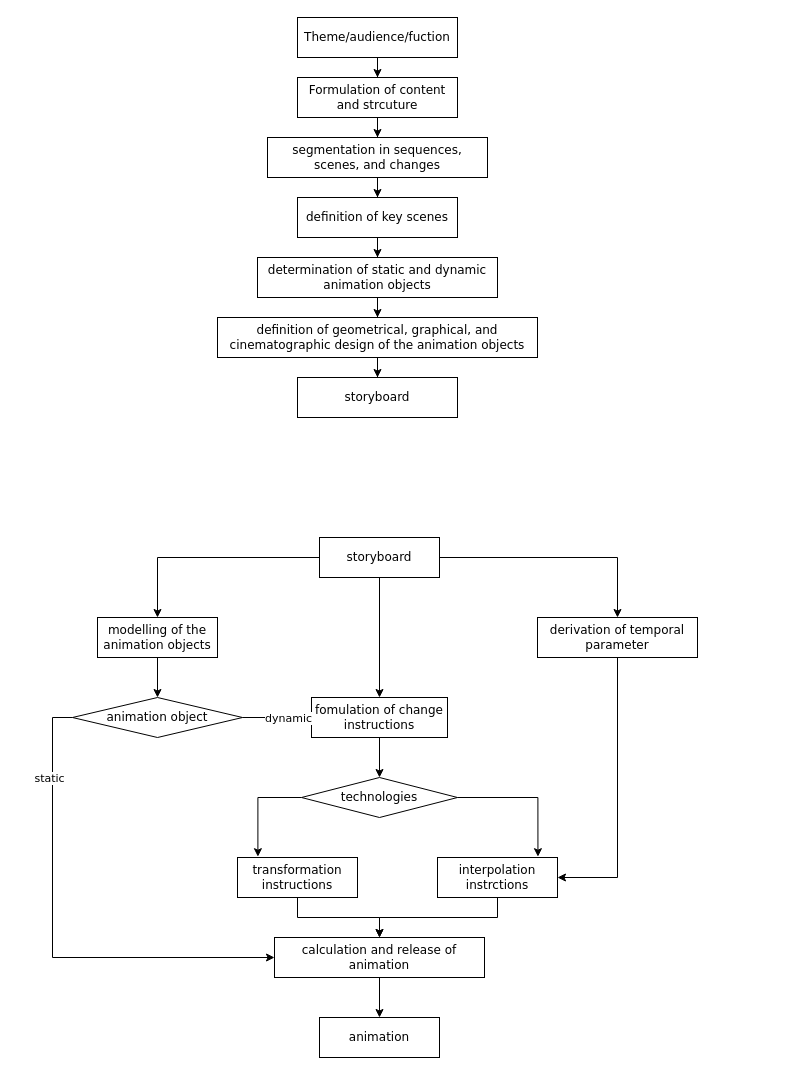
This is Thematic cartography/cartography.drawio from msqiu/Geomatics-Engineering, a draw.io file, before an edit. Source tidied: cells renumbered, new cells numbered last; positions are measured from the earlier drawing's top-left corner, leaving out a move shared by most shapes. Both pictures are drawn from the tidied source at 100%, with x=0, y=0 at pixel (72, 17).
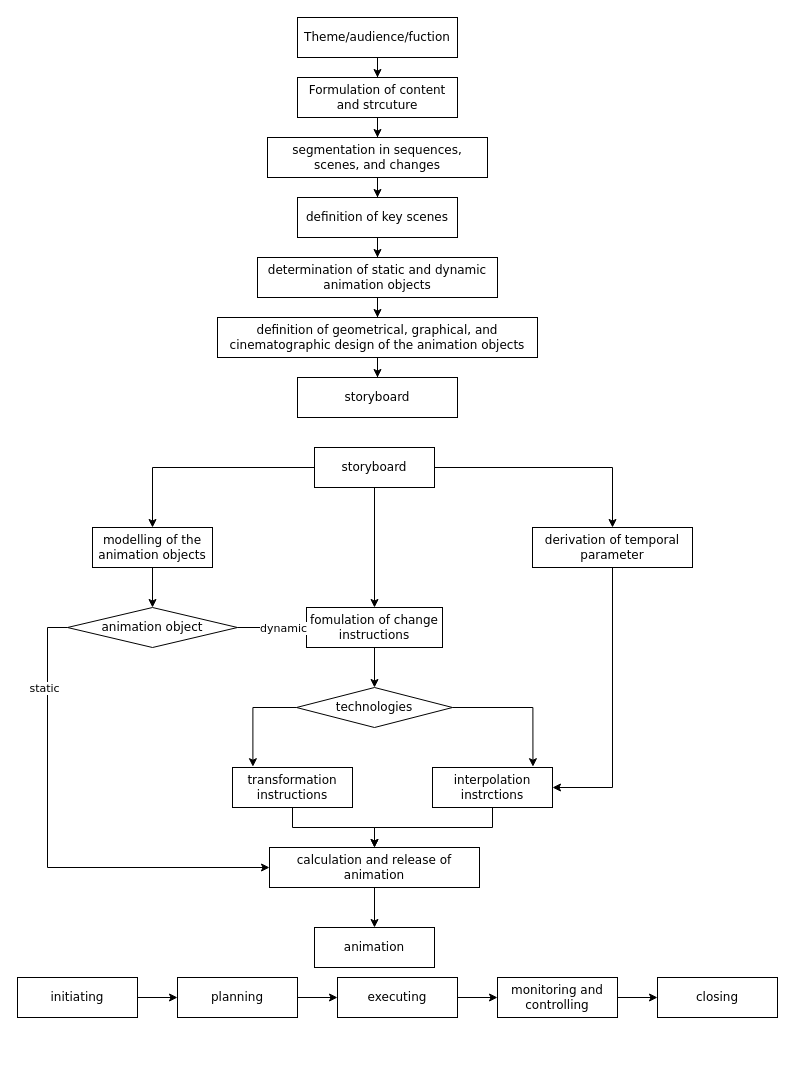
The same page after the edit.

The edit, as a diff of the source:
```diff
@@
+    <mxCell id="42" style="group;" parent="1" vertex="1">
+      <mxGeometry x="-5" y="430" width="625" height="520" as="geometry" />
+    </mxCell>
+    <mxCell id="19" value="storyboard" style="rounded=0;whiteSpace=wrap;html=1;fontFamily=Verdana;" parent="42" vertex="1">
+      <mxGeometry x="247" width="120" height="40" as="geometry" />
+    </mxCell>
+    <mxCell id="21" value="modelling of the animation objects" style="rounded=0;whiteSpace=wrap;html=1;fontFamily=Verdana;" parent="42" vertex="1">
+      <mxGeometry x="25" y="80" width="120" height="40" as="geometry" />
+    </mxCell>
-    <mxCell id="16" style="edgeStyle=orthogonalEdgeStyle;rounded=0;jettySize=auto;html=1;exitX=0;exitY=0.5;exitDx=0;exitDy=0;entryX=0.5;entryY=0;entryDx=0;entryDy=0;fontFamily=Verdana;" parent="1" edge="1" source="19" target="21">
+    <mxCell id="16" style="edgeStyle=orthogonalEdgeStyle;rounded=0;jettySize=auto;html=1;exitX=0;exitY=0.5;exitDx=0;exitDy=0;entryX=0.5;entryY=0;entryDx=0;entryDy=0;fontFamily=Verdana;" parent="42" edge="1" source="19" target="21">
       <mxGeometry relative="1" as="geometry" />
     </mxCell>
+    <mxCell id="23" value="derivation of temporal parameter" style="rounded=0;whiteSpace=wrap;html=1;fontFamily=Verdana;" parent="42" vertex="1">
+      <mxGeometry x="465" y="80" width="160" height="40" as="geometry" />
+    </mxCell>
-    <mxCell id="17" style="edgeStyle=orthogonalEdgeStyle;rounded=0;jettySize=auto;html=1;exitX=1;exitY=0.5;exitDx=0;exitDy=0;entryX=0.5;entryY=0;entryDx=0;entryDy=0;fontFamily=Verdana;" parent="1" edge="1" source="19" target="23">
+    <mxCell id="17" style="edgeStyle=orthogonalEdgeStyle;rounded=0;jettySize=auto;html=1;exitX=1;exitY=0.5;exitDx=0;exitDy=0;entryX=0.5;entryY=0;entryDx=0;entryDy=0;fontFamily=Verdana;" parent="42" edge="1" source="19" target="23">
       <mxGeometry relative="1" as="geometry" />
     </mxCell>
+    <mxCell id="25" value="fomulation of change instructions" style="rounded=0;whiteSpace=wrap;html=1;fontFamily=Verdana;" parent="42" vertex="1">
+      <mxGeometry x="239" y="160" width="136" height="40" as="geometry" />
+    </mxCell>
-    <mxCell id="18" style="edgeStyle=orthogonalEdgeStyle;rounded=0;jettySize=auto;html=1;entryX=0.5;entryY=0;entryDx=0;entryDy=0;fontFamily=Verdana;" parent="1" edge="1" source="19" target="25">
+    <mxCell id="18" style="edgeStyle=orthogonalEdgeStyle;rounded=0;jettySize=auto;html=1;entryX=0.5;entryY=0;entryDx=0;entryDy=0;fontFamily=Verdana;" parent="42" edge="1" source="19" target="25">
       <mxGeometry relative="1" as="geometry" />
     </mxCell>
-    <mxCell id="19" value="storyboard" style="rounded=0;whiteSpace=wrap;html=1;fontFamily=Verdana;" parent="1" vertex="1">
-      <mxGeometry x="247" y="520" width="120" height="40" as="geometry" />
-    </mxCell>
-    <mxCell id="20" style="edgeStyle=orthogonalEdgeStyle;rounded=0;jettySize=auto;html=1;exitX=0.5;exitY=1;exitDx=0;exitDy=0;entryX=0.5;entryY=0;entryDx=0;entryDy=0;fontFamily=Verdana;" parent="1" edge="1" source="21" target="30">
-      <mxGeometry relative="1" as="geometry" />
-    </mxCell>
-    <mxCell id="21" value="modelling of the animation objects" style="rounded=0;whiteSpace=wrap;html=1;fontFamily=Verdana;" parent="1" vertex="1">
-      <mxGeometry x="25" y="600" width="120" height="40" as="geometry" />
-    </mxCell>
-    <mxCell id="22" style="edgeStyle=orthogonalEdgeStyle;rounded=0;jettySize=auto;html=1;entryX=1;entryY=0.5;entryDx=0;entryDy=0;fontFamily=Verdana;" parent="1" edge="1" source="23" target="37">
-      <mxGeometry relative="1" as="geometry" />
-    </mxCell>
-    <mxCell id="23" value="derivation of temporal parameter" style="rounded=0;whiteSpace=wrap;html=1;fontFamily=Verdana;" parent="1" vertex="1">
-      <mxGeometry x="465" y="600" width="160" height="40" as="geometry" />
-    </mxCell>
-    <mxCell id="24" style="edgeStyle=orthogonalEdgeStyle;rounded=0;jettySize=auto;html=1;exitX=0.5;exitY=1;exitDx=0;exitDy=0;entryX=0.5;entryY=0;entryDx=0;entryDy=0;fontFamily=Verdana;" parent="1" edge="1" source="25" target="33">
-      <mxGeometry relative="1" as="geometry" />
-    </mxCell>
-    <mxCell id="25" value="fomulation of change instructions" style="rounded=0;whiteSpace=wrap;html=1;fontFamily=Verdana;" parent="1" vertex="1">
-      <mxGeometry x="239" y="680" width="136" height="40" as="geometry" />
-    </mxCell>
-    <mxCell id="26" style="edgeStyle=orthogonalEdgeStyle;rounded=0;jettySize=auto;html=1;exitX=0;exitY=0.5;exitDx=0;exitDy=0;entryX=0;entryY=0.5;entryDx=0;entryDy=0;fontFamily=Verdana;" parent="1" edge="1" source="30" target="39">
-      <mxGeometry relative="1" as="geometry" />
-    </mxCell>
-    <mxCell id="27" value="static" style="edgeLabel;html=1;align=center;verticalAlign=middle;fontFamily=Verdana;" parent="26" vertex="1">
-      <mxGeometry x="-0.67" y="-4" relative="1" as="geometry" />
-    </mxCell>
-    <mxCell id="28" style="edgeStyle=orthogonalEdgeStyle;rounded=0;jettySize=auto;html=1;fontFamily=Verdana;entryX=0;entryY=0.5;entryDx=0;entryDy=0;" parent="1" edge="1" source="30" target="25">
+    <mxCell id="28" style="edgeStyle=orthogonalEdgeStyle;rounded=0;jettySize=auto;html=1;fontFamily=Verdana;entryX=0;entryY=0.5;entryDx=0;entryDy=0;" parent="42" edge="1" source="30" target="25">
       <mxGeometry relative="1" as="geometry" />
     </mxCell>
@@
-    <mxCell id="30" value="animation object" style="rhombus;whiteSpace=wrap;html=1;fontFamily=Verdana;" parent="1" vertex="1">
-      <mxGeometry y="680" width="170" height="40" as="geometry" />
+    <mxCell id="30" value="animation object" style="rhombus;whiteSpace=wrap;html=1;fontFamily=Verdana;" parent="42" vertex="1">
+      <mxGeometry y="160" width="170" height="40" as="geometry" />
     </mxCell>
+    <mxCell id="20" style="edgeStyle=orthogonalEdgeStyle;rounded=0;jettySize=auto;html=1;exitX=0.5;exitY=1;exitDx=0;exitDy=0;entryX=0.5;entryY=0;entryDx=0;entryDy=0;fontFamily=Verdana;" parent="42" edge="1" source="21" target="30">
+      <mxGeometry relative="1" as="geometry" />
+    </mxCell>
+    <mxCell id="33" value="technologies" style="rhombus;whiteSpace=wrap;html=1;fontFamily=Verdana;" parent="42" vertex="1">
+      <mxGeometry x="229" y="240" width="156" height="40" as="geometry" />
+    </mxCell>
+    <mxCell id="24" style="edgeStyle=orthogonalEdgeStyle;rounded=0;jettySize=auto;html=1;exitX=0.5;exitY=1;exitDx=0;exitDy=0;entryX=0.5;entryY=0;entryDx=0;entryDy=0;fontFamily=Verdana;" parent="42" edge="1" source="25" target="33">
+      <mxGeometry relative="1" as="geometry" />
+    </mxCell>
+    <mxCell id="35" value="transformation instructions" style="rounded=0;whiteSpace=wrap;html=1;fontFamily=Verdana;" parent="42" vertex="1">
+      <mxGeometry x="165" y="320" width="120" height="40" as="geometry" />
+    </mxCell>
-    <mxCell id="31" style="edgeStyle=orthogonalEdgeStyle;rounded=0;jettySize=auto;html=1;exitX=0;exitY=0.5;exitDx=0;exitDy=0;entryX=0.17;entryY=-0.02;entryDx=0;entryDy=0;entryPerimeter=0;fontFamily=Verdana;" parent="1" edge="1" source="33" target="35">
+    <mxCell id="31" style="edgeStyle=orthogonalEdgeStyle;rounded=0;jettySize=auto;html=1;exitX=0;exitY=0.5;exitDx=0;exitDy=0;entryX=0.17;entryY=-0.02;entryDx=0;entryDy=0;entryPerimeter=0;fontFamily=Verdana;" parent="42" edge="1" source="33" target="35">
       <mxGeometry relative="1" as="geometry" />
     </mxCell>
+    <mxCell id="37" value="interpolation instrctions" style="rounded=0;whiteSpace=wrap;html=1;fontFamily=Verdana;" parent="42" vertex="1">
+      <mxGeometry x="365" y="320" width="120" height="40" as="geometry" />
+    </mxCell>
+    <mxCell id="22" style="edgeStyle=orthogonalEdgeStyle;rounded=0;jettySize=auto;html=1;entryX=1;entryY=0.5;entryDx=0;entryDy=0;fontFamily=Verdana;" parent="42" edge="1" source="23" target="37">
+      <mxGeometry relative="1" as="geometry" />
+    </mxCell>
-    <mxCell id="32" style="edgeStyle=orthogonalEdgeStyle;rounded=0;jettySize=auto;html=1;exitX=1;exitY=0.5;exitDx=0;exitDy=0;entryX=0.837;entryY=-0.02;entryDx=0;entryDy=0;entryPerimeter=0;fontFamily=Verdana;" parent="1" edge="1" source="33" target="37">
+    <mxCell id="32" style="edgeStyle=orthogonalEdgeStyle;rounded=0;jettySize=auto;html=1;exitX=1;exitY=0.5;exitDx=0;exitDy=0;entryX=0.837;entryY=-0.02;entryDx=0;entryDy=0;entryPerimeter=0;fontFamily=Verdana;" parent="42" edge="1" source="33" target="37">
       <mxGeometry relative="1" as="geometry" />
     </mxCell>
-    <mxCell id="33" value="technologies" style="rhombus;whiteSpace=wrap;html=1;fontFamily=Verdana;" parent="1" vertex="1">
-      <mxGeometry x="229" y="760" width="156" height="40" as="geometry" />
-    </mxCell>
+    <mxCell id="39" value="calculation and release of animation" style="rounded=0;whiteSpace=wrap;html=1;fontFamily=Verdana;" parent="42" vertex="1">
+      <mxGeometry x="202" y="400" width="210" height="40" as="geometry" />
+    </mxCell>
+    <mxCell id="26" style="edgeStyle=orthogonalEdgeStyle;rounded=0;jettySize=auto;html=1;exitX=0;exitY=0.5;exitDx=0;exitDy=0;entryX=0;entryY=0.5;entryDx=0;entryDy=0;fontFamily=Verdana;" parent="42" edge="1" source="30" target="39">
+      <mxGeometry relative="1" as="geometry" />
+    </mxCell>
+    <mxCell id="27" value="static" style="edgeLabel;html=1;align=center;verticalAlign=middle;fontFamily=Verdana;" parent="26" vertex="1">
+      <mxGeometry x="-0.67" y="-4" relative="1" as="geometry" />
+    </mxCell>
-    <mxCell id="34" style="edgeStyle=orthogonalEdgeStyle;rounded=0;jettySize=auto;html=1;exitX=0.5;exitY=1;exitDx=0;exitDy=0;entryX=0.5;entryY=0;entryDx=0;entryDy=0;fontFamily=Verdana;" parent="1" edge="1" source="35" target="39">
+    <mxCell id="34" style="edgeStyle=orthogonalEdgeStyle;rounded=0;jettySize=auto;html=1;exitX=0.5;exitY=1;exitDx=0;exitDy=0;entryX=0.5;entryY=0;entryDx=0;entryDy=0;fontFamily=Verdana;" parent="42" edge="1" source="35" target="39">
       <mxGeometry relative="1" as="geometry" />
     </mxCell>
-    <mxCell id="35" value="transformation instructions" style="rounded=0;whiteSpace=wrap;html=1;fontFamily=Verdana;" parent="1" vertex="1">
-      <mxGeometry x="165" y="840" width="120" height="40" as="geometry" />
-    </mxCell>
-    <mxCell id="36" style="edgeStyle=orthogonalEdgeStyle;rounded=0;jettySize=auto;html=1;exitX=0.5;exitY=1;exitDx=0;exitDy=0;entryX=0.5;entryY=0;entryDx=0;entryDy=0;fontFamily=Verdana;" parent="1" edge="1" source="37" target="39">
+    <mxCell id="36" style="edgeStyle=orthogonalEdgeStyle;rounded=0;jettySize=auto;html=1;exitX=0.5;exitY=1;exitDx=0;exitDy=0;entryX=0.5;entryY=0;entryDx=0;entryDy=0;fontFamily=Verdana;" parent="42" edge="1" source="37" target="39">
       <mxGeometry relative="1" as="geometry" />
     </mxCell>
-    <mxCell id="37" value="interpolation instrctions" style="rounded=0;whiteSpace=wrap;html=1;fontFamily=Verdana;" parent="1" vertex="1">
-      <mxGeometry x="365" y="840" width="120" height="40" as="geometry" />
-    </mxCell>
+    <mxCell id="40" value="animation" style="rounded=0;whiteSpace=wrap;html=1;fontFamily=Verdana;" parent="42" vertex="1">
+      <mxGeometry x="247" y="480" width="120" height="40" as="geometry" />
+    </mxCell>
-    <mxCell id="38" style="edgeStyle=orthogonalEdgeStyle;rounded=0;jettySize=auto;html=1;exitX=0.5;exitY=1;exitDx=0;exitDy=0;entryX=0.5;entryY=0;entryDx=0;entryDy=0;fontFamily=Verdana;" parent="1" edge="1" source="39" target="40">
+    <mxCell id="38" style="edgeStyle=orthogonalEdgeStyle;rounded=0;jettySize=auto;html=1;exitX=0.5;exitY=1;exitDx=0;exitDy=0;entryX=0.5;entryY=0;entryDx=0;entryDy=0;fontFamily=Verdana;" parent="42" edge="1" source="39" target="40">
       <mxGeometry relative="1" as="geometry" />
     </mxCell>
-    <mxCell id="39" value="calculation and release of animation" style="rounded=0;whiteSpace=wrap;html=1;fontFamily=Verdana;" parent="1" vertex="1">
-      <mxGeometry x="202" y="920" width="210" height="40" as="geometry" />
-    </mxCell>
-    <mxCell id="40" value="animation" style="rounded=0;whiteSpace=wrap;html=1;fontFamily=Verdana;" parent="1" vertex="1">
-      <mxGeometry x="247" y="1000" width="120" height="40" as="geometry" />
-    </mxCell>
-    <mxCell id="41" style="edgeStyle=orthogonalEdgeStyle;rounded=0;orthogonalLoop=1;jettySize=auto;html=1;exitX=0.5;exitY=1;exitDx=0;exitDy=0;fontFamily=Verdana;" parent="1" edge="1" source="30" target="30">
+    <mxCell id="41" style="edgeStyle=orthogonalEdgeStyle;rounded=0;orthogonalLoop=1;jettySize=auto;html=1;exitX=0.5;exitY=1;exitDx=0;exitDy=0;fontFamily=Verdana;" parent="42" edge="1" source="30" target="30">
       <mxGeometry relative="1" as="geometry" />
     </mxCell>
+    <mxCell id="43" style="group;" parent="1" vertex="1">
+      <mxGeometry x="-55" y="960" width="760" height="40" as="geometry" />
+    </mxCell>
+    <mxCell id="44" style="group;" parent="43" vertex="1">
+      <mxGeometry width="760" height="40" as="geometry" />
+    </mxCell>
+    <mxCell id="45" value="initiating" style="rounded=0;whiteSpace=wrap;html=1;fontFamily=Verdana;" parent="44" vertex="1">
+      <mxGeometry width="120" height="40" as="geometry" />
+    </mxCell>
+    <mxCell id="46" value="planning" style="rounded=0;whiteSpace=wrap;html=1;fontFamily=Verdana;" parent="44" vertex="1">
+      <mxGeometry x="160" width="120" height="40" as="geometry" />
+    </mxCell>
+    <mxCell id="47" style="edgeStyle=orthogonalEdgeStyle;rounded=0;jettySize=auto;html=1;fontFamily=Verdana;" parent="44" edge="1" source="45" target="46">
+      <mxGeometry relative="1" as="geometry" />
+    </mxCell>
+    <mxCell id="48" value="executing" style="rounded=0;whiteSpace=wrap;html=1;fontFamily=Verdana;" parent="44" vertex="1">
+      <mxGeometry x="320" width="120" height="40" as="geometry" />
+    </mxCell>
+    <mxCell id="49" style="edgeStyle=orthogonalEdgeStyle;rounded=0;jettySize=auto;html=1;fontFamily=Verdana;" parent="44" edge="1" source="46" target="48">
+      <mxGeometry relative="1" as="geometry" />
+    </mxCell>
+    <mxCell id="50" value="monitoring and controlling" style="rounded=0;whiteSpace=wrap;html=1;fontFamily=Verdana;" parent="44" vertex="1">
+      <mxGeometry x="480" width="120" height="40" as="geometry" />
+    </mxCell>
+    <mxCell id="51" style="edgeStyle=orthogonalEdgeStyle;rounded=0;jettySize=auto;html=1;fontFamily=Verdana;" parent="44" edge="1" source="48" target="50">
+      <mxGeometry relative="1" as="geometry" />
+    </mxCell>
+    <mxCell id="52" value="closing" style="rounded=0;whiteSpace=wrap;html=1;fontFamily=Verdana;" parent="44" vertex="1">
+      <mxGeometry x="640" width="120" height="40" as="geometry" />
+    </mxCell>
+    <mxCell id="53" style="edgeStyle=orthogonalEdgeStyle;rounded=0;jettySize=auto;html=1;fontFamily=Verdana;" parent="44" edge="1" source="50" target="52">
+      <mxGeometry relative="1" as="geometry" />
+    </mxCell>
```
